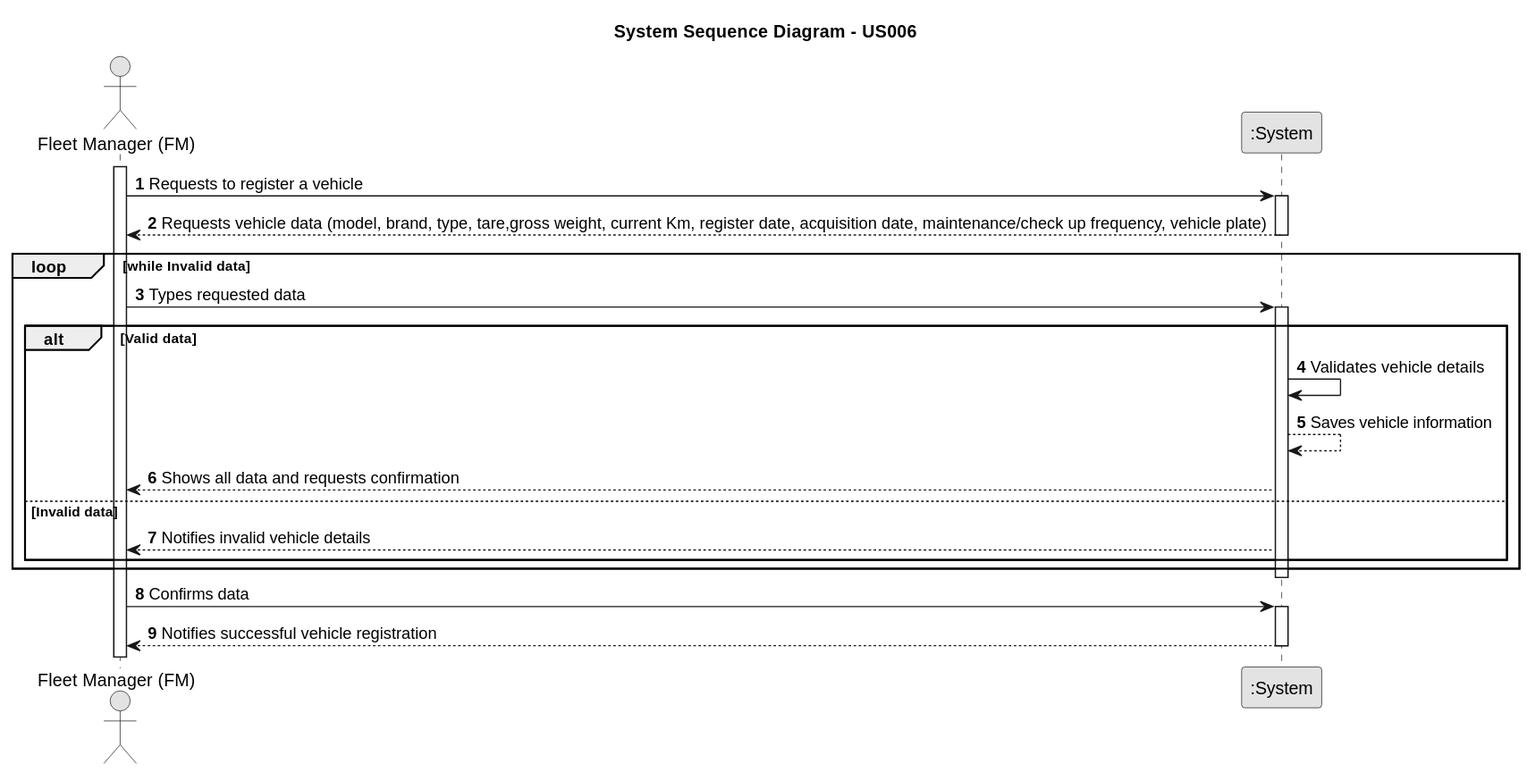
Before: docs/sprintB/us006/01.requirements-engineering/svg/us006-system-sequence-diagram-alternative-one-System_Sequence_Diagram___US006.svg, a diagram exported from PlantUML (RicardoMorim/lapr2-ISEP-Project).
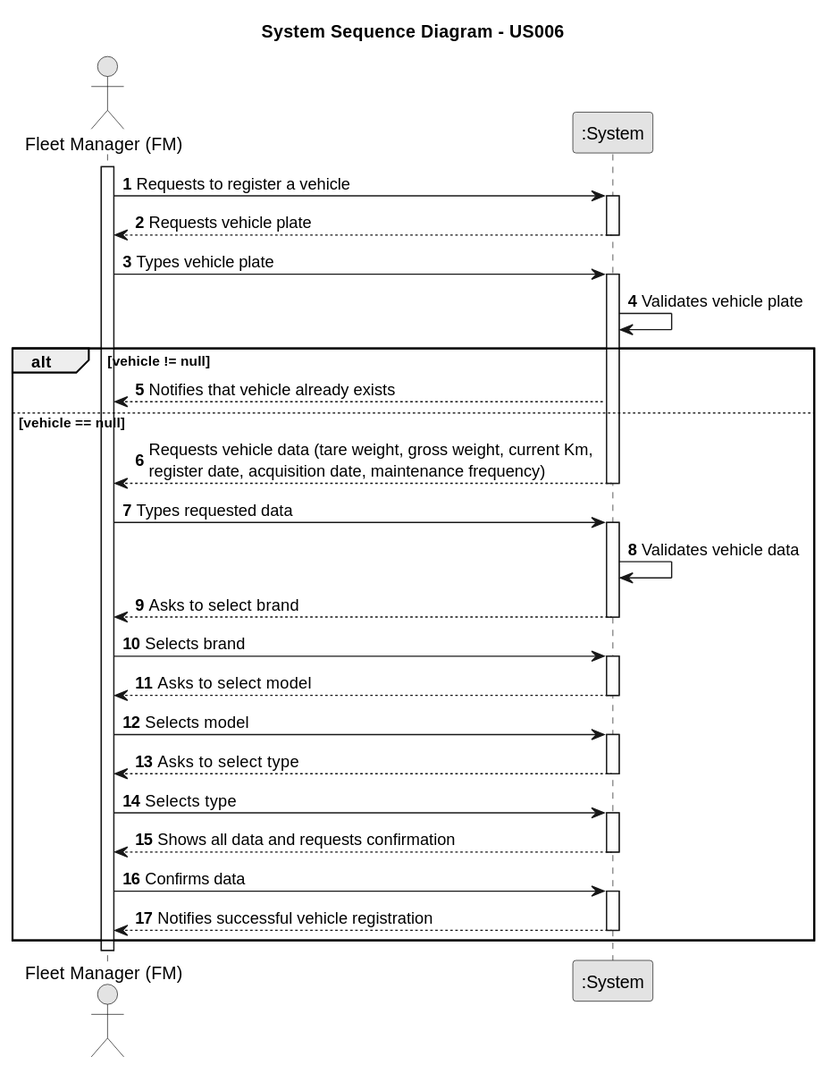
The same diagram one commit later.

Change to the diagram source:
```diff
@@ -12,24 +12,40 @@
 
 FM -> System : Requests to register a vehicle
 activate System
+System --> FM : Requests vehicle plate
+deactivate System
+FM -> System : Types vehicle plate
+activate System
+System -> System : Validates vehicle plate
 
-    System --> FM : Requests vehicle data (model, brand, type, tare,gross weight, current Km, register date, acquisition date, maintenance/check up frequency, vehicle plate)
+alt vehicle != null
+    System --> FM : Notifies that vehicle already exists
+    else vehicle == null
+    System --> FM : Requests vehicle data (tare weight, gross weight, current Km, \nregister date, acquisition date, maintenance frequency)
 
 deactivate System
-loop while Invalid data
     FM -> System : Types requested data
     activate System
-alt Valid data
-System -> System: Validates vehicle details
-    System --> System: Saves vehicle information
+
+System -> System: Validates vehicle data
+    System --> FM : Asks to select brand
+    deactivate System
+    FM -> System : Selects brand
+    activate System
+    System --> FM : Asks to select model
+    deactivate System
+    FM -> System : Selects model
+    activate System
+    System --> FM : Asks to select type
+    deactivate System
+    FM -> System : Selects type
+    activate System
     System --> FM : Shows all data and requests confirmation
-else Invalid data
-System --> FM: Notifies invalid vehicle details
-end
-end
+    deactivate System
 deactivate System
     FM -> System : Confirms data
     activate System
     System --> FM: Notifies successful vehicle registration
 deactivate System
+end
 @enduml
```
